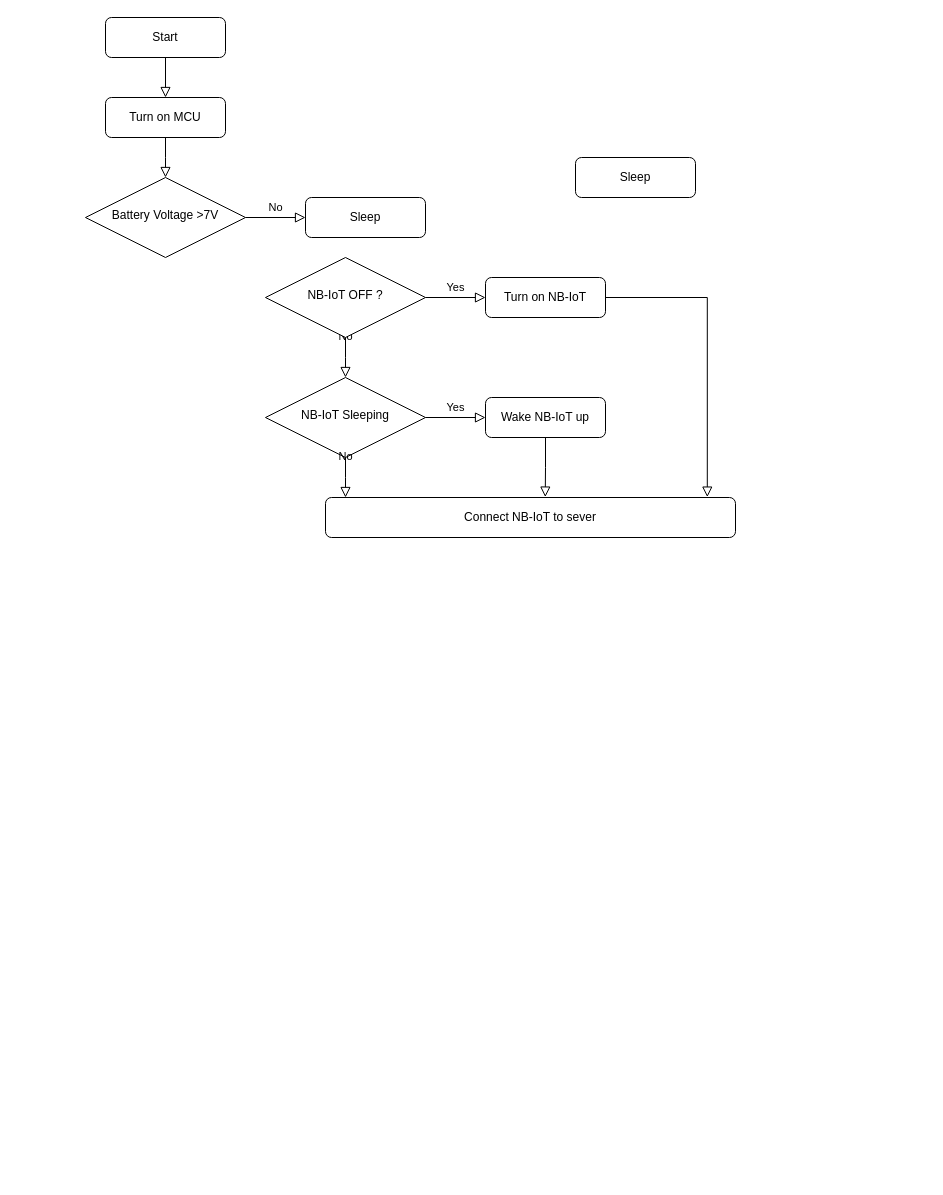
The draw.io diagram Final.drawio in K2ayzz/ForDrawIO, before the edit. Source tidied: cells renumbered, new cells numbered last; positions are measured from the earlier drawing's top-left corner, leaving out a move shared by most shapes. Both pictures are drawn from the tidied source at 100%, with x=0, y=0 at pixel (85, 17).
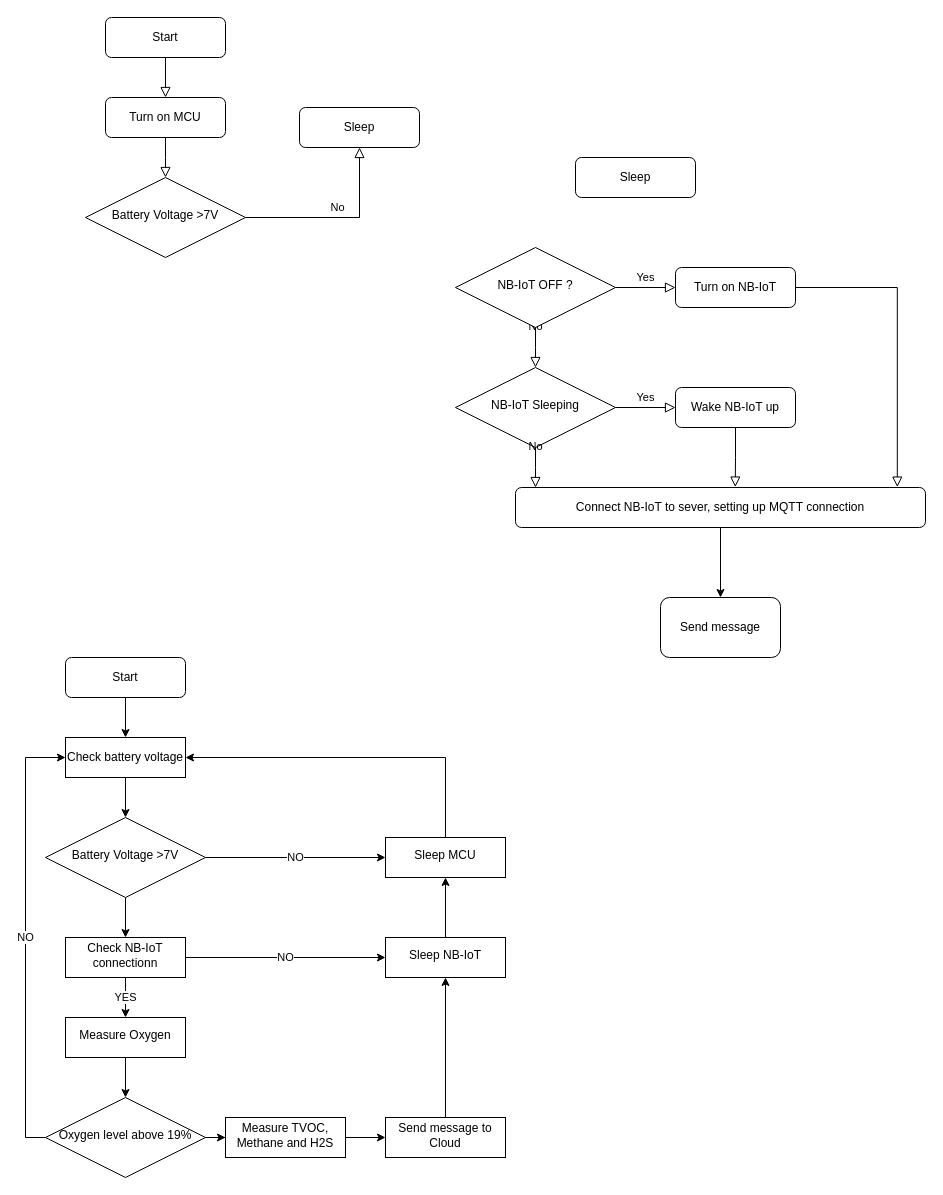
Above is the later version.

Commit message:
Cập nhật Final.drawio

Diff of the diagram source:
```diff
@@
     <mxCell id="6" value="Sleep" style="rounded=1;whiteSpace=wrap;html=1;fontSize=12;glass=0;strokeWidth=1;shadow=0;" parent="1" vertex="1">
-      <mxGeometry x="220" y="180" width="120" height="40" as="geometry" />
+      <mxGeometry x="214" y="90" width="120" height="40" as="geometry" />
     </mxCell>
     <mxCell id="7" value="No" style="rounded=0;html=1;jettySize=auto;fontSize=11;endArrow=block;endFill=0;endSize=8;strokeWidth=1;shadow=0;labelBackgroundColor=none;edgeStyle=orthogonalEdgeStyle;" parent="1" edge="1" source="9">
       <mxGeometry x="0.01" y="20" relative="1" as="geometry">
-        <mxPoint x="260" y="360" as="targetPoint" />
+        <mxPoint x="450" y="350" as="targetPoint" />
         <mxPoint y="-1" as="offset" />
       </mxGeometry>
     </mxCell>
@@
     <mxCell id="9" value="NB-IoT OFF ?" style="rhombus;whiteSpace=wrap;html=1;shadow=0;fontFamily=Helvetica;fontSize=12;align=center;strokeWidth=1;spacing=6;spacingTop=-4;" parent="1" vertex="1">
-      <mxGeometry x="180" y="240" width="160" height="80" as="geometry" />
+      <mxGeometry x="370" y="230" width="160" height="80" as="geometry" />
     </mxCell>
+    <mxCell id="21" style="edgeStyle=orthogonalEdgeStyle;rounded=0;jettySize=auto;html=1;" parent="1" edge="1" source="10" target="45">
+      <mxGeometry relative="1" as="geometry" />
+    </mxCell>
-    <mxCell id="10" value="Connect NB-IoT to sever" style="rounded=1;whiteSpace=wrap;html=1;fontSize=12;glass=0;strokeWidth=1;shadow=0;" parent="1" vertex="1">
-      <mxGeometry x="240" y="480" width="410" height="40" as="geometry" />
+    <mxCell id="10" value="Connect NB-IoT to sever, setting up MQTT connection" style="rounded=1;whiteSpace=wrap;html=1;fontSize=12;glass=0;strokeWidth=1;shadow=0;" parent="1" vertex="1">
+      <mxGeometry x="430" y="470" width="410" height="40" as="geometry" />
     </mxCell>
     <mxCell id="11" value="Turn on NB-IoT" style="rounded=1;whiteSpace=wrap;html=1;fontSize=12;glass=0;strokeWidth=1;shadow=0;" parent="1" vertex="1">
-      <mxGeometry x="400" y="260" width="120" height="40" as="geometry" />
+      <mxGeometry x="590" y="250" width="120" height="40" as="geometry" />
     </mxCell>
@@
     <mxCell id="15" value="NB-IoT Sleeping" style="rhombus;whiteSpace=wrap;html=1;shadow=0;fontFamily=Helvetica;fontSize=12;align=center;strokeWidth=1;spacing=6;spacingTop=-4;" parent="1" vertex="1">
-      <mxGeometry x="180" y="360" width="160" height="80" as="geometry" />
+      <mxGeometry x="370" y="350" width="160" height="80" as="geometry" />
     </mxCell>
     <mxCell id="16" style="rounded=0;html=1;jettySize=auto;fontSize=11;endArrow=block;endFill=0;endSize=8;strokeWidth=1;shadow=0;labelBackgroundColor=none;edgeStyle=orthogonalEdgeStyle;exitX=1;exitY=0.5;exitDx=0;exitDy=0;entryX=0.785;entryY=-0.01;entryDx=0;entryDy=0;entryPerimeter=0;" parent="1" edge="1" source="11">
       <mxGeometry x="0.01" y="20" relative="1" as="geometry">
-        <mxPoint x="621.8" y="479.6" as="targetPoint" />
+        <mxPoint x="811.8" y="469.6" as="targetPoint" />
         <Array as="points">
-          <mxPoint x="622" y="280" />
+          <mxPoint x="812" y="270" />
         </Array>
         <mxPoint y="-1" as="offset" />
       </mxGeometry>
     </mxCell>
     <mxCell id="17" value="No" style="rounded=0;html=1;jettySize=auto;fontSize=11;endArrow=block;endFill=0;endSize=8;strokeWidth=1;shadow=0;labelBackgroundColor=none;edgeStyle=orthogonalEdgeStyle;exitX=0.5;exitY=1;exitDx=0;exitDy=0;" parent="1" edge="1" source="15">
       <mxGeometry x="0.01" y="20" relative="1" as="geometry">
-        <mxPoint x="260" y="480" as="targetPoint" />
+        <mxPoint x="450" y="470" as="targetPoint" />
         <mxPoint y="-1" as="offset" />
       </mxGeometry>
     </mxCell>
     <mxCell id="18" value="Wake NB-IoT up" style="rounded=1;whiteSpace=wrap;html=1;fontSize=12;glass=0;strokeWidth=1;shadow=0;" parent="1" vertex="1">
-      <mxGeometry x="400" y="380" width="120" height="40" as="geometry" />
+      <mxGeometry x="590" y="370" width="120" height="40" as="geometry" />
     </mxCell>
@@
+    <mxCell id="22" style="edgeStyle=orthogonalEdgeStyle;rounded=0;jettySize=auto;html=1;exitX=0.5;exitY=1;exitDx=0;exitDy=0;" parent="1" edge="1" source="23" target="25">
+      <mxGeometry relative="1" as="geometry" />
+    </mxCell>
+    <mxCell id="23" value="Start" style="rounded=1;whiteSpace=wrap;html=1;fontSize=12;glass=0;strokeWidth=1;shadow=0;" parent="1" vertex="1">
+      <mxGeometry x="-20" y="640" width="120" height="40" as="geometry" />
+    </mxCell>
+    <mxCell id="24" style="edgeStyle=orthogonalEdgeStyle;rounded=0;jettySize=auto;html=1;" parent="1" edge="1" source="25" target="28">
+      <mxGeometry relative="1" as="geometry" />
+    </mxCell>
+    <mxCell id="25" value="Check battery voltage" style="rounded=0;whiteSpace=wrap;html=1;" parent="1" vertex="1">
+      <mxGeometry x="-20" y="720" width="120" height="40" as="geometry" />
+    </mxCell>
+    <mxCell id="26" value="NO" style="edgeStyle=orthogonalEdgeStyle;rounded=0;jettySize=auto;html=1;exitX=1;exitY=0.5;exitDx=0;exitDy=0;entryX=0;entryY=0.5;entryDx=0;entryDy=0;" parent="1" edge="1" source="28" target="30">
+      <mxGeometry relative="1" as="geometry" />
+    </mxCell>
+    <mxCell id="27" style="edgeStyle=orthogonalEdgeStyle;rounded=0;jettySize=auto;html=1;" parent="1" edge="1" source="28" target="42">
+      <mxGeometry relative="1" as="geometry" />
+    </mxCell>
+    <mxCell id="28" value="Battery Voltage &amp;gt;7V" style="rhombus;whiteSpace=wrap;html=1;shadow=0;fontFamily=Helvetica;fontSize=12;align=center;strokeWidth=1;spacing=6;spacingTop=-4;" parent="1" vertex="1">
+      <mxGeometry x="-40" y="800" width="160" height="80" as="geometry" />
+    </mxCell>
+    <mxCell id="29" style="edgeStyle=orthogonalEdgeStyle;rounded=0;jettySize=auto;html=1;exitX=0.5;exitY=0;exitDx=0;exitDy=0;entryX=1;entryY=0.5;entryDx=0;entryDy=0;" parent="1" edge="1" source="30" target="25">
+      <mxGeometry relative="1" as="geometry" />
+    </mxCell>
+    <mxCell id="30" value="Sleep MCU" style="whiteSpace=wrap;html=1;shadow=0;strokeWidth=1;spacing=6;spacingTop=-4;" parent="1" vertex="1">
+      <mxGeometry x="300" y="820" width="120" height="40" as="geometry" />
+    </mxCell>
+    <mxCell id="31" style="edgeStyle=orthogonalEdgeStyle;rounded=0;jettySize=auto;html=1;" parent="1" edge="1" source="32" target="35">
+      <mxGeometry relative="1" as="geometry" />
+    </mxCell>
+    <mxCell id="32" value="Measure Oxygen" style="whiteSpace=wrap;html=1;shadow=0;strokeWidth=1;spacing=6;spacingTop=-4;" parent="1" vertex="1">
+      <mxGeometry x="-20" y="1000" width="120" height="40" as="geometry" />
+    </mxCell>
+    <mxCell id="33" value="NO" style="edgeStyle=orthogonalEdgeStyle;rounded=0;jettySize=auto;html=1;entryX=0;entryY=0.5;entryDx=0;entryDy=0;exitX=0;exitY=0.5;exitDx=0;exitDy=0;" parent="1" edge="1" source="35" target="25">
+      <mxGeometry relative="1" as="geometry">
+        <Array as="points">
+          <mxPoint x="-60" y="1120" />
+          <mxPoint x="-60" y="740" />
+        </Array>
+      </mxGeometry>
+    </mxCell>
+    <mxCell id="34" style="edgeStyle=orthogonalEdgeStyle;rounded=0;jettySize=auto;html=1;" parent="1" edge="1" source="35" target="37">
+      <mxGeometry relative="1" as="geometry" />
+    </mxCell>
+    <mxCell id="35" value="Oxygen level above 19%" style="rhombus;whiteSpace=wrap;html=1;shadow=0;strokeWidth=1;spacing=6;spacingTop=-4;" parent="1" vertex="1">
+      <mxGeometry x="-40" y="1080" width="160" height="80" as="geometry" />
+    </mxCell>
+    <mxCell id="36" style="edgeStyle=orthogonalEdgeStyle;rounded=0;jettySize=auto;html=1;" parent="1" edge="1" source="37" target="39">
+      <mxGeometry relative="1" as="geometry" />
+    </mxCell>
+    <mxCell id="37" value="Measure TVOC, Methane and H2S" style="whiteSpace=wrap;html=1;shadow=0;strokeWidth=1;spacing=6;spacingTop=-4;" parent="1" vertex="1">
+      <mxGeometry x="140" y="1100" width="120" height="40" as="geometry" />
+    </mxCell>
+    <mxCell id="38" style="edgeStyle=orthogonalEdgeStyle;rounded=0;jettySize=auto;html=1;exitX=0.5;exitY=0;exitDx=0;exitDy=0;entryX=0.5;entryY=1;entryDx=0;entryDy=0;" parent="1" edge="1" source="39" target="44">
+      <mxGeometry relative="1" as="geometry" />
+    </mxCell>
+    <mxCell id="39" value="Send message to Cloud" style="whiteSpace=wrap;html=1;shadow=0;strokeWidth=1;spacing=6;spacingTop=-4;" parent="1" vertex="1">
+      <mxGeometry x="300" y="1100" width="120" height="40" as="geometry" />
+    </mxCell>
+    <mxCell id="40" value="YES" style="edgeStyle=orthogonalEdgeStyle;rounded=0;jettySize=auto;html=1;" parent="1" edge="1" source="42" target="32">
+      <mxGeometry relative="1" as="geometry" />
+    </mxCell>
+    <mxCell id="41" value="NO" style="edgeStyle=orthogonalEdgeStyle;rounded=0;jettySize=auto;html=1;" parent="1" edge="1" source="42" target="44">
+      <mxGeometry relative="1" as="geometry" />
+    </mxCell>
+    <mxCell id="42" value="Check NB-IoT connectionn" style="whiteSpace=wrap;html=1;shadow=0;strokeWidth=1;spacing=6;spacingTop=-4;" parent="1" vertex="1">
+      <mxGeometry x="-20" y="920" width="120" height="40" as="geometry" />
+    </mxCell>
+    <mxCell id="43" style="edgeStyle=orthogonalEdgeStyle;rounded=0;jettySize=auto;html=1;" parent="1" edge="1" source="44" target="30">
+      <mxGeometry relative="1" as="geometry" />
+    </mxCell>
+    <mxCell id="44" value="Sleep NB-IoT" style="whiteSpace=wrap;html=1;shadow=0;strokeWidth=1;spacing=6;spacingTop=-4;" parent="1" vertex="1">
+      <mxGeometry x="300" y="920" width="120" height="40" as="geometry" />
+    </mxCell>
+    <mxCell id="45" value="Send message" style="rounded=1;whiteSpace=wrap;html=1;glass=0;strokeWidth=1;shadow=0;" parent="1" vertex="1">
+      <mxGeometry x="575" y="580" width="120" height="60" as="geometry" />
+    </mxCell>
```
